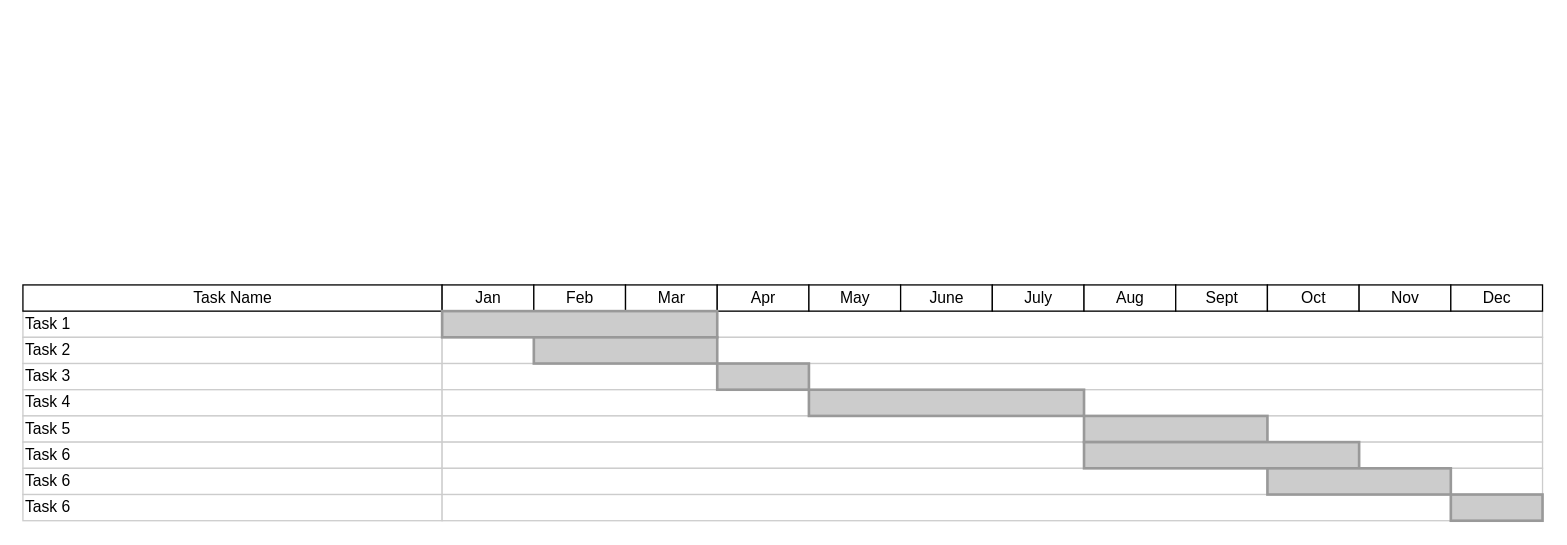
klep1koff/lifeishard keeps this draw.io diagram as 1/Untitled Diagram.drawio. Above is the earlier version. Source tidied: cells renumbered, new cells numbered last; positions are measured from the earlier drawing's top-left corner, leaving out a move shared by most shapes. Both pictures are drawn from the tidied source at 131%, with x=0, y=0 at pixel (22, 284).
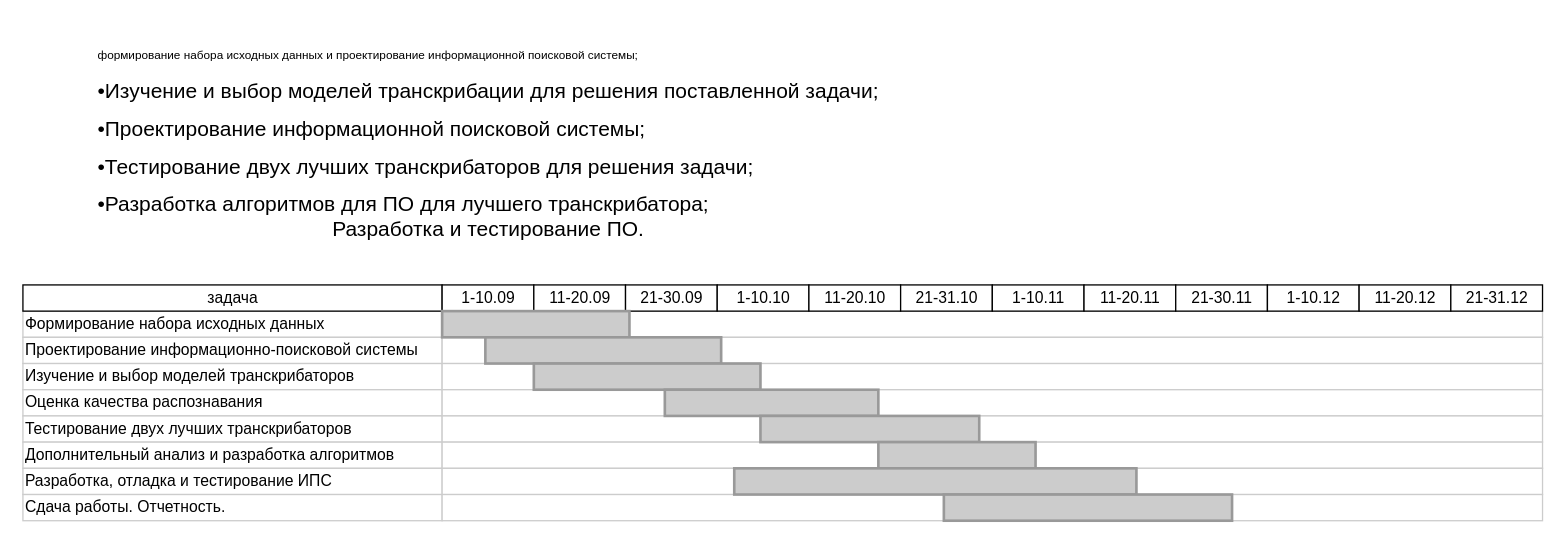
The same diagram, later.

Change to the diagram source:
```diff
@@
-    <mxCell id="2" value="Task 1" style="align=left;strokeColor=#CCCCCC;html=1;" parent="1" vertex="1">
+    <mxCell id="2" value="Формирование набора исходных данных" style="align=left;strokeColor=#CCCCCC;html=1;" parent="1" vertex="1">
       <mxGeometry y="20" width="320" height="20" as="geometry" />
     </mxCell>
-    <mxCell id="3" value="Task 2" style="align=left;strokeColor=#CCCCCC;html=1;" parent="1" vertex="1">
+    <mxCell id="3" value="Проектирование информационно-поисковой системы&lt;span style=&quot;white-space: pre;&quot;&gt;&lt;br/&gt;&lt;/span&gt;" style="align=left;strokeColor=#CCCCCC;html=1;" parent="1" vertex="1">
       <mxGeometry y="40" width="320" height="20" as="geometry" />
     </mxCell>
-    <mxCell id="4" value="Task 3" style="align=left;strokeColor=#CCCCCC;html=1;" parent="1" vertex="1">
+    <mxCell id="4" value="Изучение и выбор моделей транскрибаторов" style="align=left;strokeColor=#CCCCCC;html=1;" parent="1" vertex="1">
       <mxGeometry y="60" width="320" height="20" as="geometry" />
     </mxCell>
-    <mxCell id="5" value="Task 4" style="align=left;strokeColor=#CCCCCC;html=1;" parent="1" vertex="1">
+    <mxCell id="5" value="Оценка качества распознавания" style="align=left;strokeColor=#CCCCCC;html=1;" parent="1" vertex="1">
       <mxGeometry y="80" width="320" height="20" as="geometry" />
     </mxCell>
-    <mxCell id="6" value="Task 5" style="align=left;strokeColor=#CCCCCC;html=1;" parent="1" vertex="1">
+    <mxCell id="6" value="Тестирование двух лучших транскрибаторов" style="align=left;strokeColor=#CCCCCC;html=1;" parent="1" vertex="1">
       <mxGeometry y="100" width="320" height="20" as="geometry" />
     </mxCell>
-    <mxCell id="7" value="Task 6" style="align=left;strokeColor=#CCCCCC;html=1;" parent="1" vertex="1">
+    <mxCell id="7" value="Дополнительный анализ и разработка алгоритмов" style="align=left;strokeColor=#CCCCCC;html=1;" parent="1" vertex="1">
       <mxGeometry y="120" width="320" height="20" as="geometry" />
     </mxCell>
-    <mxCell id="8" value="Task Name" style="strokeWidth=1;fontStyle=0;html=1;" parent="1" vertex="1">
+    <mxCell id="8" value="задача" style="strokeWidth=1;fontStyle=0;html=1;" parent="1" vertex="1">
       <mxGeometry width="320" height="20" as="geometry" />
     </mxCell>
-    <mxCell id="9" value="Task 6" style="align=left;strokeColor=#CCCCCC;html=1;" parent="1" vertex="1">
+    <mxCell id="9" value="Разработка, отладка и тестирование ИПС" style="align=left;strokeColor=#CCCCCC;html=1;" parent="1" vertex="1">
       <mxGeometry y="140" width="320" height="20" as="geometry" />
     </mxCell>
-    <mxCell id="10" value="Task 6" style="align=left;strokeColor=#CCCCCC;html=1;" parent="1" vertex="1">
+    <mxCell id="10" value="Сдача работы. Отчетность." style="align=left;strokeColor=#CCCCCC;html=1;" parent="1" vertex="1">
       <mxGeometry y="160" width="320" height="20" as="geometry" />
     </mxCell>
@@
-    <mxCell id="12" value="Jan" style="strokeWidth=1;fontStyle=0;html=1;" parent="1" vertex="1">
+    <mxCell id="12" value="1-10.09" style="strokeWidth=1;fontStyle=0;html=1;" parent="1" vertex="1">
       <mxGeometry x="320" width="70" height="20" as="geometry" />
     </mxCell>
-    <mxCell id="13" value="Feb" style="strokeWidth=1;fontStyle=0;html=1;" parent="1" vertex="1">
+    <mxCell id="13" value="11-20.09" style="strokeWidth=1;fontStyle=0;html=1;" parent="1" vertex="1">
       <mxGeometry x="390" width="70" height="20" as="geometry" />
     </mxCell>
-    <mxCell id="14" value="Mar" style="strokeWidth=1;fontStyle=0;html=1;" parent="1" vertex="1">
+    <mxCell id="14" value="21-30.09" style="strokeWidth=1;fontStyle=0;html=1;" parent="1" vertex="1">
       <mxGeometry x="460" width="70" height="20" as="geometry" />
     </mxCell>
-    <mxCell id="15" value="Apr" style="strokeWidth=1;fontStyle=0;html=1;" parent="1" vertex="1">
+    <mxCell id="15" value="1-10.10" style="strokeWidth=1;fontStyle=0;html=1;" parent="1" vertex="1">
       <mxGeometry x="530" width="70" height="20" as="geometry" />
     </mxCell>
-    <mxCell id="16" value="May" style="strokeWidth=1;fontStyle=0;html=1;" parent="1" vertex="1">
+    <mxCell id="16" value="11-20.10" style="strokeWidth=1;fontStyle=0;html=1;" parent="1" vertex="1">
       <mxGeometry x="600" width="70" height="20" as="geometry" />
     </mxCell>
-    <mxCell id="17" value="June" style="strokeWidth=1;fontStyle=0;html=1;" parent="1" vertex="1">
+    <mxCell id="17" value="21-31.10" style="strokeWidth=1;fontStyle=0;html=1;" parent="1" vertex="1">
       <mxGeometry x="670" width="70" height="20" as="geometry" />
     </mxCell>
-    <mxCell id="18" value="July" style="strokeWidth=1;fontStyle=0;html=1;" parent="1" vertex="1">
+    <mxCell id="18" value="1-10.11" style="strokeWidth=1;fontStyle=0;html=1;" parent="1" vertex="1">
       <mxGeometry x="740" width="70" height="20" as="geometry" />
     </mxCell>
-    <mxCell id="19" value="Aug" style="strokeWidth=1;fontStyle=0;html=1;" parent="1" vertex="1">
+    <mxCell id="19" value="11-20.11" style="strokeWidth=1;fontStyle=0;html=1;" parent="1" vertex="1">
       <mxGeometry x="810" width="70" height="20" as="geometry" />
     </mxCell>
-    <mxCell id="20" value="Sept" style="strokeWidth=1;fontStyle=0;html=1;" parent="1" vertex="1">
+    <mxCell id="20" value="21-30.11" style="strokeWidth=1;fontStyle=0;html=1;" parent="1" vertex="1">
       <mxGeometry x="880" width="70" height="20" as="geometry" />
     </mxCell>
-    <mxCell id="21" value="Oct" style="strokeWidth=1;fontStyle=0;html=1;" parent="1" vertex="1">
+    <mxCell id="21" value="1-10.12" style="strokeWidth=1;fontStyle=0;html=1;" parent="1" vertex="1">
       <mxGeometry x="950" width="70" height="20" as="geometry" />
     </mxCell>
-    <mxCell id="22" value="Nov" style="strokeWidth=1;fontStyle=0;html=1;" parent="1" vertex="1">
+    <mxCell id="22" value="11-20.12" style="strokeWidth=1;fontStyle=0;html=1;" parent="1" vertex="1">
       <mxGeometry x="1020" width="70" height="20" as="geometry" />
     </mxCell>
-    <mxCell id="23" value="Dec" style="strokeWidth=1;fontStyle=0;html=1;" parent="1" vertex="1">
+    <mxCell id="23" value="21-31.12" style="strokeWidth=1;fontStyle=0;html=1;" parent="1" vertex="1">
       <mxGeometry x="1090" width="70" height="20" as="geometry" />
     </mxCell>
@@
     <mxCell id="31" style="whiteSpace=wrap;html=1;strokeWidth=2;fillColor=#CCCCCC;gradientColor=none;fontSize=14;align=center;strokeColor=#999999;" parent="1" vertex="1">
-      <mxGeometry x="320" y="20" width="210" height="20" as="geometry" />
+      <mxGeometry x="320" y="20" width="143" height="20" as="geometry" />
     </mxCell>
     <mxCell id="32" style="whiteSpace=wrap;html=1;strokeWidth=2;fillColor=#CCCCCC;gradientColor=none;fontSize=14;align=center;strokeColor=#999999;" parent="1" vertex="1">
-      <mxGeometry x="390" y="40" width="140" height="20" as="geometry" />
+      <mxGeometry x="353" y="40" width="180" height="20" as="geometry" />
     </mxCell>
     <mxCell id="33" style="whiteSpace=wrap;html=1;strokeWidth=2;fillColor=#CCCCCC;gradientColor=none;fontSize=14;align=center;strokeColor=#999999;" parent="1" vertex="1">
-      <mxGeometry x="530" y="60" width="70" height="20" as="geometry" />
+      <mxGeometry x="390" y="60" width="173" height="20" as="geometry" />
     </mxCell>
     <mxCell id="34" style="whiteSpace=wrap;html=1;strokeWidth=2;fillColor=#CCCCCC;gradientColor=none;fontSize=14;align=center;strokeColor=#999999;" parent="1" vertex="1">
-      <mxGeometry x="600" y="80" width="210" height="20" as="geometry" />
+      <mxGeometry x="490" y="80" width="163" height="20" as="geometry" />
     </mxCell>
     <mxCell id="35" style="whiteSpace=wrap;html=1;strokeWidth=2;fillColor=#CCCCCC;gradientColor=none;fontSize=14;align=center;strokeColor=#999999;" parent="1" vertex="1">
-      <mxGeometry x="810" y="100" width="140" height="20" as="geometry" />
+      <mxGeometry x="563" y="100" width="167" height="20" as="geometry" />
     </mxCell>
     <mxCell id="36" style="whiteSpace=wrap;html=1;strokeWidth=2;fillColor=#CCCCCC;gradientColor=none;fontSize=14;align=center;strokeColor=#999999;" parent="1" vertex="1">
-      <mxGeometry x="810" y="120" width="210" height="20" as="geometry" />
+      <mxGeometry x="653" y="120" width="120" height="20" as="geometry" />
     </mxCell>
     <mxCell id="37" style="whiteSpace=wrap;html=1;strokeWidth=2;fillColor=#CCCCCC;gradientColor=none;fontSize=14;align=center;strokeColor=#999999;" parent="1" vertex="1">
-      <mxGeometry x="950" y="140" width="140" height="20" as="geometry" />
+      <mxGeometry x="543" y="140" width="307" height="20" as="geometry" />
     </mxCell>
     <mxCell id="38" style="whiteSpace=wrap;html=1;strokeWidth=2;fillColor=#CCCCCC;gradientColor=none;fontSize=14;align=center;strokeColor=#999999;" parent="1" vertex="1">
-      <mxGeometry x="1090" y="160" width="70" height="20" as="geometry" />
+      <mxGeometry x="703" y="160" width="220" height="20" as="geometry" />
     </mxCell>
+    <mxCell id="39" value="&lt;div style=&quot;line-height: 14.399999618530273px; margin-top: 10pt; margin-bottom: 0pt; margin-left: 0.25in; text-indent: -0.25in; text-align: left; direction: ltr; unicode-bidi: embed; word-break: normal;&quot;&gt;&lt;font style=&quot;font-size: 9px;&quot;&gt;&lt;span style=&quot;font-family: Calibri;&quot;&gt;формирование&amp;nbsp;&lt;/span&gt;&lt;span style=&quot;font-family: Calibri;&quot;&gt;набора исходных данных и проектирование информационной поисковой&amp;nbsp;&lt;/span&gt;&lt;span style=&quot;font-family: Calibri;&quot;&gt;системы;&lt;/span&gt;&lt;/font&gt;&lt;/div&gt;&lt;div style=&quot;line-height: 14.399999618530273px; margin-top: 10pt; margin-bottom: 0pt; margin-left: 0.25in; text-indent: -0.25in; text-align: left; direction: ltr; unicode-bidi: embed; word-break: normal;&quot;&gt;&lt;font size=&quot;3&quot;&gt;&lt;span style=&quot;font-family: Arial;&quot;&gt;•&lt;/span&gt;&lt;span style=&quot;font-family: Calibri;&quot;&gt;Изучение&amp;nbsp;&lt;/span&gt;&lt;span style=&quot;font-family: Calibri;&quot;&gt;и выбор моделей&amp;nbsp;&lt;/span&gt;&lt;span style=&quot;font-family: Calibri;&quot;&gt;транскрибации&lt;/span&gt;&lt;span style=&quot;font-family: Calibri;&quot;&gt;&amp;nbsp;для решения поставленной&amp;nbsp;&lt;/span&gt;&lt;span style=&quot;font-family: Calibri;&quot;&gt;задачи;&lt;/span&gt;&lt;/font&gt;&lt;/div&gt;&lt;div style=&quot;line-height: 14.399999618530273px; margin-top: 10pt; margin-bottom: 0pt; margin-left: 0.25in; text-indent: -0.25in; text-align: left; direction: ltr; unicode-bidi: embed; word-break: normal;&quot;&gt;&lt;font size=&quot;3&quot;&gt;&lt;span style=&quot;font-family: Arial;&quot;&gt;•&lt;/span&gt;&lt;span style=&quot;font-family: Calibri;&quot;&gt;П&lt;/span&gt;&lt;span style=&quot;font-family: Calibri;&quot;&gt;роектирование&amp;nbsp;&lt;/span&gt;&lt;span style=&quot;font-family: Calibri;&quot;&gt;информационной поисковой&amp;nbsp;&lt;/span&gt;&lt;span style=&quot;font-family: Calibri;&quot;&gt;системы;&lt;/span&gt;&lt;/font&gt;&lt;/div&gt;&lt;div style=&quot;line-height: 14.399999618530273px; margin-top: 10pt; margin-bottom: 0pt; margin-left: 0.25in; text-indent: -0.25in; text-align: left; direction: ltr; unicode-bidi: embed; word-break: normal;&quot;&gt;&lt;font size=&quot;3&quot;&gt;&lt;span style=&quot;font-family: Arial;&quot;&gt;•&lt;/span&gt;&lt;span style=&quot;font-family: Calibri;&quot;&gt;Тестирование&amp;nbsp;&lt;/span&gt;&lt;span style=&quot;font-family: Calibri;&quot;&gt;двух лучших&amp;nbsp;&lt;/span&gt;&lt;span style=&quot;font-family: Calibri;&quot;&gt;транскрибаторов&lt;/span&gt;&lt;span style=&quot;font-family: Calibri;&quot;&gt;&amp;nbsp;для решения&amp;nbsp;&lt;/span&gt;&lt;span style=&quot;font-family: Calibri;&quot;&gt;задачи;&lt;/span&gt;&lt;/font&gt;&lt;/div&gt;&lt;div style=&quot;line-height: 14.399999618530273px; margin-top: 10pt; margin-bottom: 0pt; margin-left: 0.25in; text-indent: -0.25in; text-align: left; direction: ltr; unicode-bidi: embed; word-break: normal;&quot;&gt;&lt;font size=&quot;3&quot;&gt;&lt;span style=&quot;font-family: Arial;&quot;&gt;•&lt;/span&gt;&lt;span style=&quot;font-family: Calibri;&quot;&gt;Разработка&amp;nbsp;&lt;/span&gt;&lt;span style=&quot;font-family: Calibri;&quot;&gt;алгоритмов для ПО для лучшего&amp;nbsp;&lt;/span&gt;&lt;span style=&quot;font-family: Calibri;&quot;&gt;транскрибатора&lt;/span&gt;&lt;span style=&quot;font-family: Calibri;&quot;&gt;;&lt;/span&gt;&lt;/font&gt;&lt;/div&gt;&lt;font size=&quot;3&quot;&gt;&lt;span style=&quot;text-align: start; font-family: Calibri;&quot;&gt;Разработка&amp;nbsp;&lt;/span&gt;&lt;span style=&quot;text-align: start; font-family: Calibri;&quot;&gt;и тестирование&amp;nbsp;&lt;/span&gt;&lt;span style=&quot;text-align: start; font-family: Calibri;&quot;&gt;ПО.&lt;/span&gt;&lt;/font&gt;&lt;span style=&quot;font-family: -webkit-standard; font-size: medium; text-align: start;&quot;&gt;&lt;/span&gt;" style="text;html=1;align=center;verticalAlign=middle;strokeColor=none;fillColor=none;" parent="1" vertex="1">
+      <mxGeometry x="70" y="-200" width="570" height="170" as="geometry" />
+    </mxCell>
```
